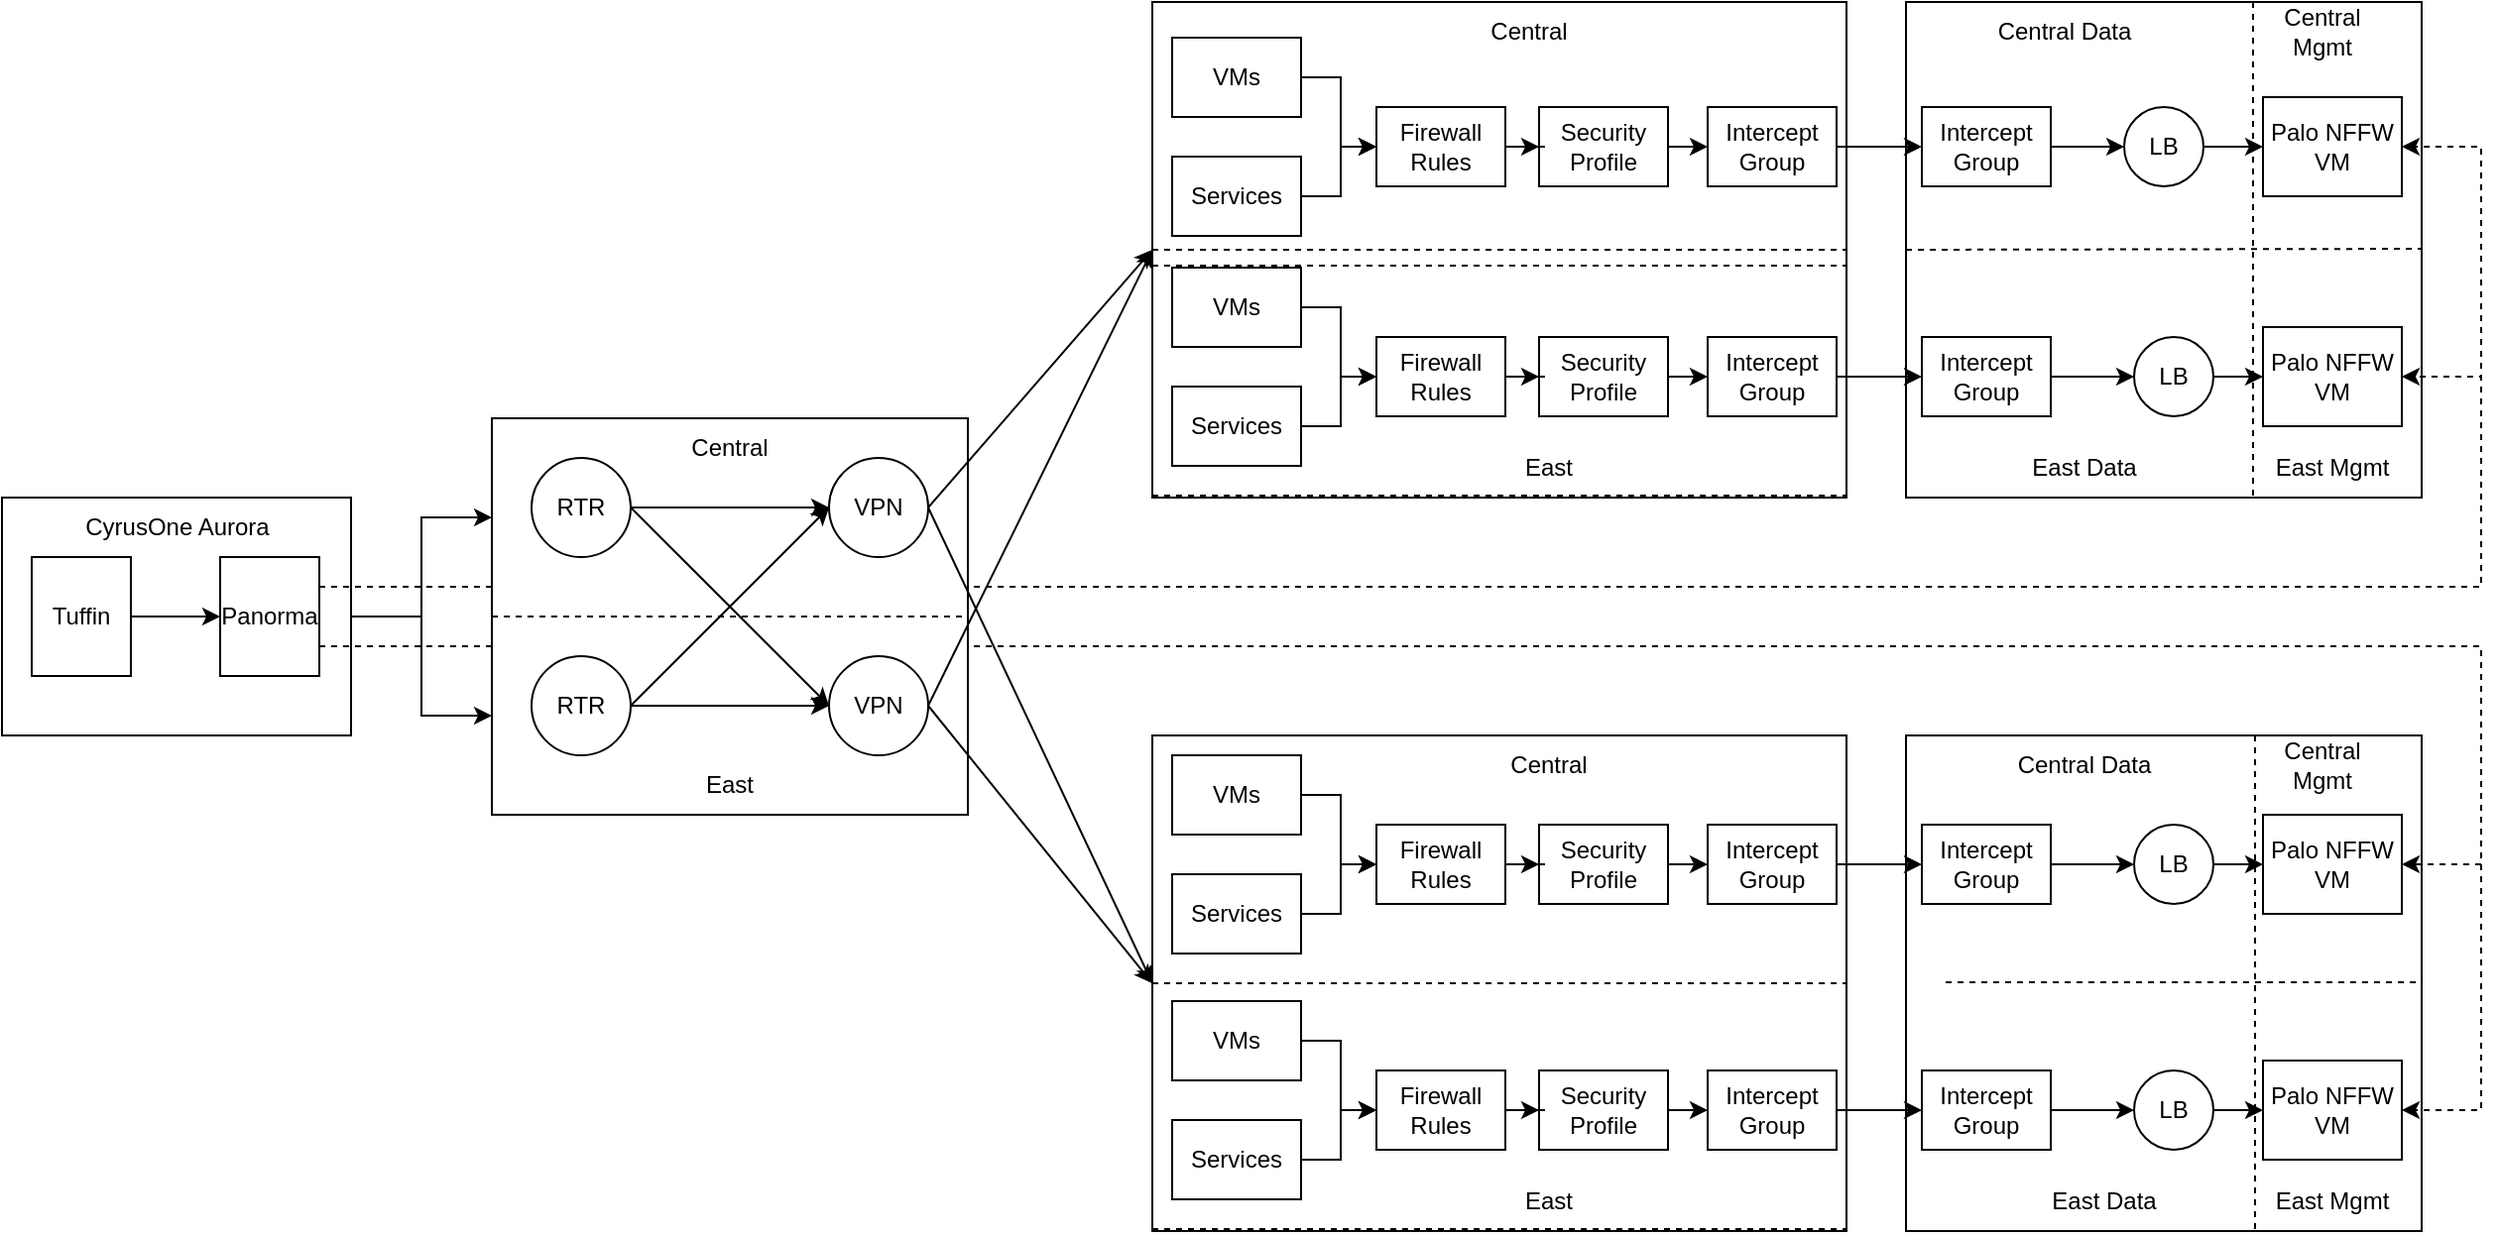
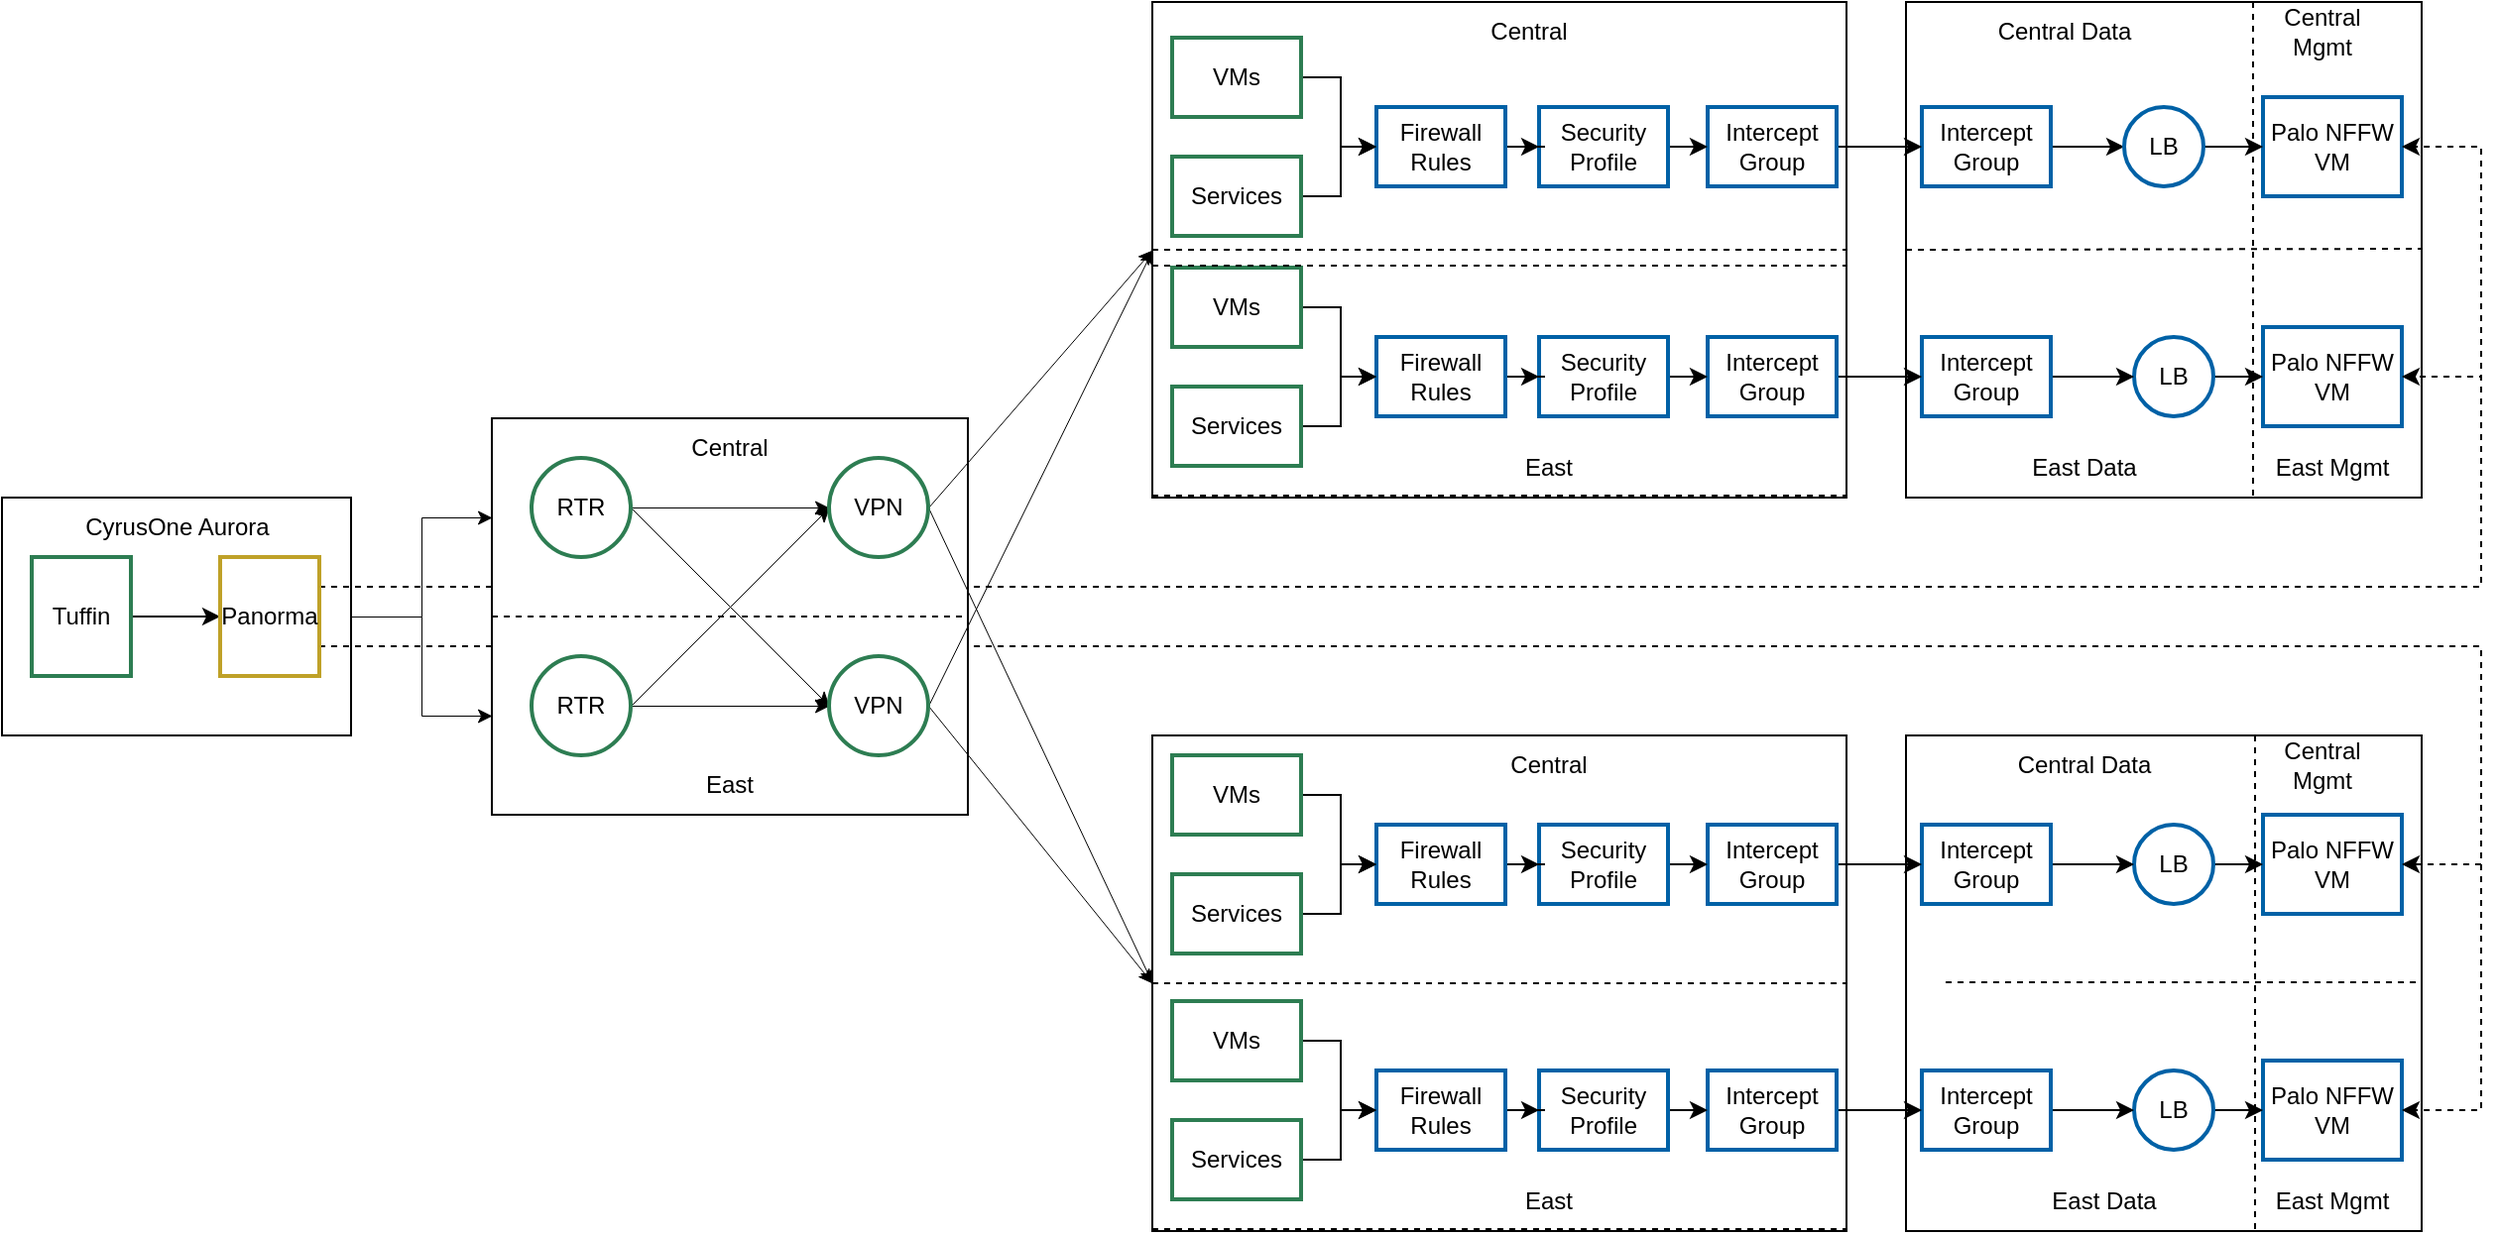
<mxfile host="app.diagrams.net">
  <diagram name="Page-1" id="3ExzMR4DquvwHOPj-cR4">
    <mxGraphModel dx="2264" dy="777" grid="1" gridSize="10" guides="1" tooltips="1" connect="1" arrows="1" fold="1" page="1" pageScale="1" pageWidth="850" pageHeight="1100" math="0" shadow="0">
      <root>
        <mxCell id="0" />
        <mxCell id="1" parent="0" />
        <mxCell id="tRedCPWRB_f1dplKibxM-2" parent="1" style="rounded=0;whiteSpace=wrap;html=1;" value="" vertex="1">
          <mxGeometry height="250" width="350" x="280" y="30" as="geometry" />
        </mxCell>
        <mxCell id="tRedCPWRB_f1dplKibxM-4" parent="1" style="rounded=0;whiteSpace=wrap;html=1;" value="" vertex="1">
          <mxGeometry height="250" width="260" x="660" y="30" as="geometry" />
        </mxCell>
        <mxCell id="tRedCPWRB_f1dplKibxM-5" parent="1" style="rounded=0;whiteSpace=wrap;html=1;" value="" vertex="1">
          <mxGeometry height="250" width="350" x="280" y="400" as="geometry" />
        </mxCell>
        <mxCell id="tRedCPWRB_f1dplKibxM-6" parent="1" style="rounded=0;whiteSpace=wrap;html=1;" value="" vertex="1">
          <mxGeometry height="250" width="260" x="660" y="400" as="geometry" />
        </mxCell>
        <mxCell id="tRedCPWRB_f1dplKibxM-22" edge="1" parent="1" source="tRedCPWRB_f1dplKibxM-2" style="rounded=0;orthogonalLoop=1;jettySize=auto;html=1;exitX=0;exitY=0.5;exitDx=0;exitDy=0;entryX=1;entryY=0.5;entryDx=0;entryDy=0;endArrow=none;endFill=0;dashed=1;" target="tRedCPWRB_f1dplKibxM-2">
          <mxGeometry relative="1" as="geometry">
            <mxPoint x="360" y="154.5" as="sourcePoint" />
            <mxPoint x="600" y="154.5" as="targetPoint" />
          </mxGeometry>
        </mxCell>
        <mxCell id="tRedCPWRB_f1dplKibxM-23" edge="1" parent="1" source="tRedCPWRB_f1dplKibxM-5" style="rounded=0;orthogonalLoop=1;jettySize=auto;html=1;entryX=1;entryY=0.5;entryDx=0;entryDy=0;endArrow=none;endFill=0;dashed=1;exitX=0;exitY=0.5;exitDx=0;exitDy=0;" target="tRedCPWRB_f1dplKibxM-5">
          <mxGeometry relative="1" as="geometry">
            <mxPoint x="360" y="525" as="sourcePoint" />
            <mxPoint x="600" y="524.5" as="targetPoint" />
          </mxGeometry>
        </mxCell>
        <mxCell id="tRedCPWRB_f1dplKibxM-24" edge="1" parent="1" style="rounded=0;orthogonalLoop=1;jettySize=auto;html=1;exitX=0;exitY=0.5;exitDx=0;exitDy=0;entryX=1;entryY=0.5;entryDx=0;entryDy=0;endArrow=none;endFill=0;dashed=1;">
          <mxGeometry relative="1" as="geometry">
            <mxPoint x="680" y="524.5" as="sourcePoint" />
            <mxPoint x="920" y="524.5" as="targetPoint" />
          </mxGeometry>
        </mxCell>
        <mxCell id="tRedCPWRB_f1dplKibxM-25" edge="1" parent="1" source="tRedCPWRB_f1dplKibxM-4" style="rounded=0;orthogonalLoop=1;jettySize=auto;html=1;exitX=0;exitY=0.5;exitDx=0;exitDy=0;entryX=1;entryY=0.5;entryDx=0;entryDy=0;endArrow=none;endFill=0;dashed=1;">
          <mxGeometry relative="1" as="geometry">
            <mxPoint x="680" y="154.5" as="sourcePoint" />
            <mxPoint x="920" y="154.5" as="targetPoint" />
          </mxGeometry>
        </mxCell>
-         <mxCell id="tRedCPWRB_f1dplKibxM-27" parent="1" style="rounded=0;whiteSpace=wrap;html=1;" value="Palo NFFW&lt;div&gt;VM&lt;/div&gt;" vertex="1">
+         <mxCell id="tRedCPWRB_f1dplKibxM-27" parent="1" style="rounded=0;whiteSpace=wrap;html=1;strokeColor=#0061A6;strokeWidth=2;" value="Palo NFFW&lt;div&gt;VM&lt;/div&gt;" vertex="1">
          <mxGeometry height="50" width="70" x="840" y="78" as="geometry" />
        </mxCell>
-         <mxCell id="tRedCPWRB_f1dplKibxM-28" parent="1" style="rounded=0;whiteSpace=wrap;html=1;" value="Palo NFFW&lt;div&gt;VM&lt;/div&gt;" vertex="1">
+         <mxCell id="tRedCPWRB_f1dplKibxM-28" parent="1" style="rounded=0;whiteSpace=wrap;html=1;strokeColor=#0061A6;strokeWidth=2;" value="Palo NFFW&lt;div&gt;VM&lt;/div&gt;" vertex="1">
          <mxGeometry height="50" width="70" x="840" y="440" as="geometry" />
        </mxCell>
-         <mxCell id="tRedCPWRB_f1dplKibxM-29" parent="1" style="rounded=0;whiteSpace=wrap;html=1;" value="Palo NFFW&lt;div&gt;VM&lt;/div&gt;" vertex="1">
+         <mxCell id="tRedCPWRB_f1dplKibxM-29" parent="1" style="rounded=0;whiteSpace=wrap;html=1;strokeColor=#0061A6;strokeWidth=2;" value="Palo NFFW&lt;div&gt;VM&lt;/div&gt;" vertex="1">
          <mxGeometry height="50" width="70" x="840" y="564" as="geometry" />
        </mxCell>
-         <mxCell id="tRedCPWRB_f1dplKibxM-31" parent="1" style="rounded=0;whiteSpace=wrap;html=1;" value="Palo NFFW&lt;div&gt;VM&lt;/div&gt;" vertex="1">
+         <mxCell id="tRedCPWRB_f1dplKibxM-31" parent="1" style="rounded=0;whiteSpace=wrap;html=1;strokeColor=#0061A6;strokeWidth=2;" value="Palo NFFW&lt;div&gt;VM&lt;/div&gt;" vertex="1">
          <mxGeometry height="50" width="70" x="840" y="194" as="geometry" />
        </mxCell>
        <mxCell id="tRedCPWRB_f1dplKibxM-35" edge="1" parent="1" style="rounded=0;orthogonalLoop=1;jettySize=auto;html=1;exitX=0.5;exitY=0;exitDx=0;exitDy=0;entryX=0.5;entryY=1;entryDx=0;entryDy=0;endArrow=none;endFill=0;dashed=1;" value="">
          <mxGeometry relative="1" as="geometry">
            <mxPoint x="836" y="400" as="sourcePoint" />
            <mxPoint x="836" y="650" as="targetPoint" />
          </mxGeometry>
        </mxCell>
        <mxCell id="tRedCPWRB_f1dplKibxM-38" parent="1" style="text;html=1;whiteSpace=wrap;strokeColor=none;fillColor=none;align=center;verticalAlign=middle;rounded=0;" value="Central&amp;nbsp;&lt;span style=&quot;background-color: transparent; color: light-dark(rgb(0, 0, 0), rgb(255, 255, 255));&quot;&gt;Data&lt;/span&gt;" vertex="1">
          <mxGeometry height="30" width="60" x="720" y="400" as="geometry" />
        </mxCell>
        <mxCell id="tRedCPWRB_f1dplKibxM-39" parent="1" style="text;html=1;whiteSpace=wrap;strokeColor=none;fillColor=none;align=center;verticalAlign=middle;rounded=0;" value="Central" vertex="1">
          <mxGeometry height="30" width="70" x="445" y="400" as="geometry" />
        </mxCell>
        <mxCell id="tRedCPWRB_f1dplKibxM-40" parent="1" style="text;html=1;whiteSpace=wrap;strokeColor=none;fillColor=none;align=center;verticalAlign=middle;rounded=0;" value="East" vertex="1">
          <mxGeometry height="30" width="60" x="450" y="620" as="geometry" />
        </mxCell>
        <mxCell id="tRedCPWRB_f1dplKibxM-41" parent="1" style="text;html=1;whiteSpace=wrap;strokeColor=none;fillColor=none;align=center;verticalAlign=middle;rounded=0;" value="Central" vertex="1">
          <mxGeometry height="30" width="60" x="440" y="30" as="geometry" />
        </mxCell>
        <mxCell id="tRedCPWRB_f1dplKibxM-42" parent="1" style="text;html=1;whiteSpace=wrap;strokeColor=none;fillColor=none;align=center;verticalAlign=middle;rounded=0;" value="East" vertex="1">
          <mxGeometry height="30" width="60" x="450" y="250" as="geometry" />
        </mxCell>
        <mxCell id="tRedCPWRB_f1dplKibxM-43" parent="1" style="text;html=1;whiteSpace=wrap;strokeColor=none;fillColor=none;align=center;verticalAlign=middle;rounded=0;" value="Central Mgmt" vertex="1">
          <mxGeometry height="30" width="60" x="840" y="400" as="geometry" />
        </mxCell>
        <mxCell id="tRedCPWRB_f1dplKibxM-44" parent="1" style="text;html=1;whiteSpace=wrap;strokeColor=none;fillColor=none;align=center;verticalAlign=middle;rounded=0;" value="Central&amp;nbsp;&lt;span style=&quot;background-color: transparent; color: light-dark(rgb(0, 0, 0), rgb(255, 255, 255));&quot;&gt;Data&lt;/span&gt;" vertex="1">
          <mxGeometry height="30" width="60" x="710" y="30" as="geometry" />
        </mxCell>
        <mxCell id="tRedCPWRB_f1dplKibxM-45" parent="1" style="text;html=1;whiteSpace=wrap;strokeColor=none;fillColor=none;align=center;verticalAlign=middle;rounded=0;" value="Central Mgmt" vertex="1">
          <mxGeometry height="30" width="60" x="840" y="30" as="geometry" />
        </mxCell>
        <mxCell id="tRedCPWRB_f1dplKibxM-46" edge="1" parent="1" style="rounded=0;orthogonalLoop=1;jettySize=auto;html=1;exitX=0.5;exitY=0;exitDx=0;exitDy=0;entryX=0.5;entryY=1;entryDx=0;entryDy=0;endArrow=none;endFill=0;dashed=1;" value="">
          <mxGeometry relative="1" as="geometry">
            <mxPoint x="835" y="30" as="sourcePoint" />
            <mxPoint x="835" y="280" as="targetPoint" />
          </mxGeometry>
        </mxCell>
        <mxCell id="tRedCPWRB_f1dplKibxM-47" parent="1" style="text;html=1;whiteSpace=wrap;strokeColor=none;fillColor=none;align=center;verticalAlign=middle;rounded=0;" value="East Mgmt" vertex="1">
          <mxGeometry height="30" width="60" x="845" y="620" as="geometry" />
        </mxCell>
        <mxCell id="tRedCPWRB_f1dplKibxM-48" parent="1" style="text;html=1;whiteSpace=wrap;strokeColor=none;fillColor=none;align=center;verticalAlign=middle;rounded=0;" value="East Data" vertex="1">
          <mxGeometry height="30" width="60" x="730" y="620" as="geometry" />
        </mxCell>
        <mxCell id="tRedCPWRB_f1dplKibxM-54" edge="1" parent="1" source="tRedCPWRB_f1dplKibxM-49" style="edgeStyle=orthogonalEdgeStyle;rounded=0;orthogonalLoop=1;jettySize=auto;html=1;exitX=1;exitY=0.5;exitDx=0;exitDy=0;entryX=0;entryY=0.5;entryDx=0;entryDy=0;" target="tRedCPWRB_f1dplKibxM-28">
          <mxGeometry relative="1" as="geometry" />
        </mxCell>
-         <mxCell id="tRedCPWRB_f1dplKibxM-49" parent="1" style="ellipse;whiteSpace=wrap;html=1;aspect=fixed;" value="LB" vertex="1">
+         <mxCell id="tRedCPWRB_f1dplKibxM-49" parent="1" style="ellipse;whiteSpace=wrap;html=1;aspect=fixed;strokeColor=#0061A6;strokeWidth=2;" value="LB" vertex="1">
          <mxGeometry height="40" width="40" x="775" y="445" as="geometry" />
        </mxCell>
        <mxCell id="tRedCPWRB_f1dplKibxM-53" edge="1" parent="1" source="tRedCPWRB_f1dplKibxM-52" style="edgeStyle=orthogonalEdgeStyle;rounded=0;orthogonalLoop=1;jettySize=auto;html=1;exitX=1;exitY=0.5;exitDx=0;exitDy=0;entryX=0;entryY=0.5;entryDx=0;entryDy=0;" target="tRedCPWRB_f1dplKibxM-49">
          <mxGeometry relative="1" as="geometry" />
        </mxCell>
-         <mxCell id="tRedCPWRB_f1dplKibxM-52" parent="1" style="rounded=0;whiteSpace=wrap;html=1;" value="Intercept Group" vertex="1">
+         <mxCell id="tRedCPWRB_f1dplKibxM-52" parent="1" style="rounded=0;whiteSpace=wrap;html=1;strokeColor=#0061A6;strokeWidth=2;" value="Intercept Group" vertex="1">
          <mxGeometry height="40" width="65" x="668" y="445" as="geometry" />
        </mxCell>
        <mxCell id="tRedCPWRB_f1dplKibxM-57" edge="1" parent="1" source="tRedCPWRB_f1dplKibxM-55" style="edgeStyle=orthogonalEdgeStyle;rounded=0;orthogonalLoop=1;jettySize=auto;html=1;exitX=1;exitY=0.5;exitDx=0;exitDy=0;entryX=0;entryY=0.5;entryDx=0;entryDy=0;" target="tRedCPWRB_f1dplKibxM-56">
          <mxGeometry relative="1" as="geometry" />
        </mxCell>
-         <mxCell id="tRedCPWRB_f1dplKibxM-55" parent="1" style="rounded=0;whiteSpace=wrap;html=1;" value="Intercept Group" vertex="1">
+         <mxCell id="tRedCPWRB_f1dplKibxM-55" parent="1" style="rounded=0;whiteSpace=wrap;html=1;strokeColor=#0061A6;strokeWidth=2;" value="Intercept Group" vertex="1">
          <mxGeometry height="40" width="65" x="668" y="83" as="geometry" />
        </mxCell>
        <mxCell id="tRedCPWRB_f1dplKibxM-58" edge="1" parent="1" source="tRedCPWRB_f1dplKibxM-56" style="edgeStyle=orthogonalEdgeStyle;rounded=0;orthogonalLoop=1;jettySize=auto;html=1;exitX=1;exitY=0.5;exitDx=0;exitDy=0;entryX=0;entryY=0.5;entryDx=0;entryDy=0;" target="tRedCPWRB_f1dplKibxM-27">
          <mxGeometry relative="1" as="geometry" />
        </mxCell>
-         <mxCell id="tRedCPWRB_f1dplKibxM-56" parent="1" style="ellipse;whiteSpace=wrap;html=1;aspect=fixed;" value="LB" vertex="1">
+         <mxCell id="tRedCPWRB_f1dplKibxM-56" parent="1" style="ellipse;whiteSpace=wrap;html=1;aspect=fixed;strokeColor=#0061A6;strokeWidth=2;" value="LB" vertex="1">
          <mxGeometry height="40" width="40" x="770" y="83" as="geometry" />
        </mxCell>
        <mxCell id="tRedCPWRB_f1dplKibxM-59" edge="1" parent="1" source="tRedCPWRB_f1dplKibxM-60" style="edgeStyle=orthogonalEdgeStyle;rounded=0;orthogonalLoop=1;jettySize=auto;html=1;exitX=1;exitY=0.5;exitDx=0;exitDy=0;entryX=0;entryY=0.5;entryDx=0;entryDy=0;">
          <mxGeometry relative="1" as="geometry">
            <mxPoint x="840" y="219" as="targetPoint" />
          </mxGeometry>
        </mxCell>
-         <mxCell id="tRedCPWRB_f1dplKibxM-60" parent="1" style="ellipse;whiteSpace=wrap;html=1;aspect=fixed;" value="LB" vertex="1">
+         <mxCell id="tRedCPWRB_f1dplKibxM-60" parent="1" style="ellipse;whiteSpace=wrap;html=1;aspect=fixed;strokeColor=#0061A6;strokeWidth=2;" value="LB" vertex="1">
          <mxGeometry height="40" width="40" x="775" y="199" as="geometry" />
        </mxCell>
        <mxCell id="tRedCPWRB_f1dplKibxM-61" edge="1" parent="1" source="tRedCPWRB_f1dplKibxM-62" style="edgeStyle=orthogonalEdgeStyle;rounded=0;orthogonalLoop=1;jettySize=auto;html=1;exitX=1;exitY=0.5;exitDx=0;exitDy=0;entryX=0;entryY=0.5;entryDx=0;entryDy=0;" target="tRedCPWRB_f1dplKibxM-60">
          <mxGeometry relative="1" as="geometry" />
        </mxCell>
-         <mxCell id="tRedCPWRB_f1dplKibxM-62" parent="1" style="rounded=0;whiteSpace=wrap;html=1;" value="Intercept Group" vertex="1">
+         <mxCell id="tRedCPWRB_f1dplKibxM-62" parent="1" style="rounded=0;whiteSpace=wrap;html=1;strokeColor=#0061A6;strokeWidth=2;" value="Intercept Group" vertex="1">
          <mxGeometry height="40" width="65" x="668" y="199" as="geometry" />
        </mxCell>
        <mxCell id="tRedCPWRB_f1dplKibxM-63" edge="1" parent="1" source="tRedCPWRB_f1dplKibxM-64" style="edgeStyle=orthogonalEdgeStyle;rounded=0;orthogonalLoop=1;jettySize=auto;html=1;exitX=1;exitY=0.5;exitDx=0;exitDy=0;entryX=0;entryY=0.5;entryDx=0;entryDy=0;">
          <mxGeometry relative="1" as="geometry">
            <mxPoint x="840" y="589" as="targetPoint" />
          </mxGeometry>
        </mxCell>
-         <mxCell id="tRedCPWRB_f1dplKibxM-64" parent="1" style="ellipse;whiteSpace=wrap;html=1;aspect=fixed;" value="LB" vertex="1">
+         <mxCell id="tRedCPWRB_f1dplKibxM-64" parent="1" style="ellipse;whiteSpace=wrap;html=1;aspect=fixed;strokeColor=#0061A6;strokeWidth=2;" value="LB" vertex="1">
          <mxGeometry height="40" width="40" x="775" y="569" as="geometry" />
        </mxCell>
        <mxCell id="tRedCPWRB_f1dplKibxM-65" edge="1" parent="1" source="tRedCPWRB_f1dplKibxM-66" style="edgeStyle=orthogonalEdgeStyle;rounded=0;orthogonalLoop=1;jettySize=auto;html=1;exitX=1;exitY=0.5;exitDx=0;exitDy=0;entryX=0;entryY=0.5;entryDx=0;entryDy=0;" target="tRedCPWRB_f1dplKibxM-64">
          <mxGeometry relative="1" as="geometry" />
        </mxCell>
-         <mxCell id="tRedCPWRB_f1dplKibxM-66" parent="1" style="rounded=0;whiteSpace=wrap;html=1;" value="Intercept Group" vertex="1">
+         <mxCell id="tRedCPWRB_f1dplKibxM-66" parent="1" style="rounded=0;whiteSpace=wrap;html=1;strokeColor=#0061A6;strokeWidth=2;" value="Intercept Group" vertex="1">
          <mxGeometry height="40" width="65" x="668" y="569" as="geometry" />
        </mxCell>
        <mxCell id="tRedCPWRB_f1dplKibxM-108" edge="1" parent="1" source="tRedCPWRB_f1dplKibxM-67" style="edgeStyle=orthogonalEdgeStyle;rounded=0;orthogonalLoop=1;jettySize=auto;html=1;exitX=1;exitY=0.5;exitDx=0;exitDy=0;" target="tRedCPWRB_f1dplKibxM-52">
          <mxGeometry relative="1" as="geometry" />
        </mxCell>
-         <mxCell id="tRedCPWRB_f1dplKibxM-67" parent="1" style="rounded=0;whiteSpace=wrap;html=1;" value="Intercept Group" vertex="1">
+         <mxCell id="tRedCPWRB_f1dplKibxM-67" parent="1" style="rounded=0;whiteSpace=wrap;html=1;strokeColor=#0061A6;strokeWidth=2;" value="Intercept Group" vertex="1">
          <mxGeometry height="40" width="65" x="560" y="445" as="geometry" />
        </mxCell>
        <mxCell id="tRedCPWRB_f1dplKibxM-69" edge="1" parent="1" source="tRedCPWRB_f1dplKibxM-68" style="edgeStyle=orthogonalEdgeStyle;rounded=0;orthogonalLoop=1;jettySize=auto;html=1;exitX=1;exitY=0.5;exitDx=0;exitDy=0;entryX=0;entryY=0.5;entryDx=0;entryDy=0;" target="tRedCPWRB_f1dplKibxM-67">
          <mxGeometry relative="1" as="geometry" />
        </mxCell>
-         <mxCell id="tRedCPWRB_f1dplKibxM-68" parent="1" style="rounded=0;whiteSpace=wrap;html=1;" value="Security Profile" vertex="1">
+         <mxCell id="tRedCPWRB_f1dplKibxM-68" parent="1" style="rounded=0;whiteSpace=wrap;html=1;strokeColor=#0061A6;strokeWidth=2;" value="Security Profile" vertex="1">
          <mxGeometry height="40" width="65" x="475" y="445" as="geometry" />
        </mxCell>
        <mxCell id="tRedCPWRB_f1dplKibxM-71" edge="1" parent="1" source="tRedCPWRB_f1dplKibxM-70" style="edgeStyle=orthogonalEdgeStyle;rounded=0;orthogonalLoop=1;jettySize=auto;html=1;exitX=1;exitY=0.5;exitDx=0;exitDy=0;" target="tRedCPWRB_f1dplKibxM-68">
          <mxGeometry relative="1" as="geometry" />
        </mxCell>
-         <mxCell id="tRedCPWRB_f1dplKibxM-70" parent="1" style="rounded=0;whiteSpace=wrap;html=1;" value="Firewall Rules" vertex="1">
+         <mxCell id="tRedCPWRB_f1dplKibxM-70" parent="1" style="rounded=0;whiteSpace=wrap;html=1;strokeColor=#0061A6;strokeWidth=2;" value="Firewall Rules" vertex="1">
          <mxGeometry height="40" width="65" x="393" y="445" as="geometry" />
        </mxCell>
        <mxCell id="tRedCPWRB_f1dplKibxM-74" edge="1" parent="1" source="tRedCPWRB_f1dplKibxM-72" style="edgeStyle=orthogonalEdgeStyle;rounded=0;orthogonalLoop=1;jettySize=auto;html=1;exitX=1;exitY=0.5;exitDx=0;exitDy=0;entryX=0;entryY=0.5;entryDx=0;entryDy=0;" target="tRedCPWRB_f1dplKibxM-70">
          <mxGeometry relative="1" as="geometry" />
        </mxCell>
-         <mxCell id="tRedCPWRB_f1dplKibxM-72" parent="1" style="rounded=0;whiteSpace=wrap;html=1;" value="VMs" vertex="1">
+         <mxCell id="tRedCPWRB_f1dplKibxM-72" parent="1" style="rounded=0;whiteSpace=wrap;html=1;strokeColor=#2D7D52;strokeWidth=2;" value="VMs" vertex="1">
          <mxGeometry height="40" width="65" x="290" y="410" as="geometry" />
        </mxCell>
        <mxCell id="tRedCPWRB_f1dplKibxM-75" edge="1" parent="1" source="tRedCPWRB_f1dplKibxM-73" style="edgeStyle=orthogonalEdgeStyle;rounded=0;orthogonalLoop=1;jettySize=auto;html=1;exitX=1;exitY=0.5;exitDx=0;exitDy=0;entryX=0;entryY=0.5;entryDx=0;entryDy=0;" target="tRedCPWRB_f1dplKibxM-70">
          <mxGeometry relative="1" as="geometry" />
        </mxCell>
-         <mxCell id="tRedCPWRB_f1dplKibxM-73" parent="1" style="rounded=0;whiteSpace=wrap;html=1;" value="Services" vertex="1">
+         <mxCell id="tRedCPWRB_f1dplKibxM-73" parent="1" style="rounded=0;whiteSpace=wrap;html=1;strokeColor=#2D7D52;strokeWidth=2;" value="Services" vertex="1">
          <mxGeometry height="40" width="65" x="290" y="470" as="geometry" />
        </mxCell>
        <mxCell id="tRedCPWRB_f1dplKibxM-76" edge="1" parent="1" style="rounded=0;orthogonalLoop=1;jettySize=auto;html=1;entryX=1;entryY=0.5;entryDx=0;entryDy=0;endArrow=none;endFill=0;dashed=1;exitX=0;exitY=0.5;exitDx=0;exitDy=0;">
          <mxGeometry relative="1" as="geometry">
            <mxPoint x="280" y="649" as="sourcePoint" />
            <mxPoint x="630" y="649" as="targetPoint" />
          </mxGeometry>
        </mxCell>
        <mxCell id="tRedCPWRB_f1dplKibxM-109" edge="1" parent="1" source="tRedCPWRB_f1dplKibxM-77" style="edgeStyle=orthogonalEdgeStyle;rounded=0;orthogonalLoop=1;jettySize=auto;html=1;exitX=1;exitY=0.5;exitDx=0;exitDy=0;" target="tRedCPWRB_f1dplKibxM-66">
          <mxGeometry relative="1" as="geometry" />
        </mxCell>
-         <mxCell id="tRedCPWRB_f1dplKibxM-77" parent="1" style="rounded=0;whiteSpace=wrap;html=1;" value="Intercept Group" vertex="1">
+         <mxCell id="tRedCPWRB_f1dplKibxM-77" parent="1" style="rounded=0;whiteSpace=wrap;html=1;strokeColor=#0061A6;strokeWidth=2;" value="Intercept Group" vertex="1">
          <mxGeometry height="40" width="65" x="560" y="569" as="geometry" />
        </mxCell>
        <mxCell id="tRedCPWRB_f1dplKibxM-78" edge="1" parent="1" source="tRedCPWRB_f1dplKibxM-79" style="edgeStyle=orthogonalEdgeStyle;rounded=0;orthogonalLoop=1;jettySize=auto;html=1;exitX=1;exitY=0.5;exitDx=0;exitDy=0;entryX=0;entryY=0.5;entryDx=0;entryDy=0;" target="tRedCPWRB_f1dplKibxM-77">
          <mxGeometry relative="1" as="geometry" />
        </mxCell>
-         <mxCell id="tRedCPWRB_f1dplKibxM-79" parent="1" style="rounded=0;whiteSpace=wrap;html=1;" value="Security Profile" vertex="1">
+         <mxCell id="tRedCPWRB_f1dplKibxM-79" parent="1" style="rounded=0;whiteSpace=wrap;html=1;strokeColor=#0061A6;strokeWidth=2;" value="Security Profile" vertex="1">
          <mxGeometry height="40" width="65" x="475" y="569" as="geometry" />
        </mxCell>
        <mxCell id="tRedCPWRB_f1dplKibxM-80" edge="1" parent="1" source="tRedCPWRB_f1dplKibxM-81" style="edgeStyle=orthogonalEdgeStyle;rounded=0;orthogonalLoop=1;jettySize=auto;html=1;exitX=1;exitY=0.5;exitDx=0;exitDy=0;" target="tRedCPWRB_f1dplKibxM-79">
          <mxGeometry relative="1" as="geometry" />
        </mxCell>
-         <mxCell id="tRedCPWRB_f1dplKibxM-81" parent="1" style="rounded=0;whiteSpace=wrap;html=1;" value="Firewall Rules" vertex="1">
+         <mxCell id="tRedCPWRB_f1dplKibxM-81" parent="1" style="rounded=0;whiteSpace=wrap;html=1;strokeColor=#0061A6;strokeWidth=2;" value="Firewall Rules" vertex="1">
          <mxGeometry height="40" width="65" x="393" y="569" as="geometry" />
        </mxCell>
        <mxCell id="tRedCPWRB_f1dplKibxM-82" edge="1" parent="1" source="tRedCPWRB_f1dplKibxM-83" style="edgeStyle=orthogonalEdgeStyle;rounded=0;orthogonalLoop=1;jettySize=auto;html=1;exitX=1;exitY=0.5;exitDx=0;exitDy=0;entryX=0;entryY=0.5;entryDx=0;entryDy=0;" target="tRedCPWRB_f1dplKibxM-81">
          <mxGeometry relative="1" as="geometry" />
        </mxCell>
-         <mxCell id="tRedCPWRB_f1dplKibxM-83" parent="1" style="rounded=0;whiteSpace=wrap;html=1;" value="VMs" vertex="1">
+         <mxCell id="tRedCPWRB_f1dplKibxM-83" parent="1" style="rounded=0;whiteSpace=wrap;html=1;strokeColor=#2D7D52;strokeWidth=2;" value="VMs" vertex="1">
          <mxGeometry height="40" width="65" x="290" y="534" as="geometry" />
        </mxCell>
        <mxCell id="tRedCPWRB_f1dplKibxM-84" edge="1" parent="1" source="tRedCPWRB_f1dplKibxM-85" style="edgeStyle=orthogonalEdgeStyle;rounded=0;orthogonalLoop=1;jettySize=auto;html=1;exitX=1;exitY=0.5;exitDx=0;exitDy=0;entryX=0;entryY=0.5;entryDx=0;entryDy=0;" target="tRedCPWRB_f1dplKibxM-81">
          <mxGeometry relative="1" as="geometry" />
        </mxCell>
-         <mxCell id="tRedCPWRB_f1dplKibxM-85" parent="1" style="rounded=0;whiteSpace=wrap;html=1;" value="Services" vertex="1">
+         <mxCell id="tRedCPWRB_f1dplKibxM-85" parent="1" style="rounded=0;whiteSpace=wrap;html=1;strokeColor=#2D7D52;strokeWidth=2;" value="Services" vertex="1">
          <mxGeometry height="40" width="65" x="290" y="594" as="geometry" />
        </mxCell>
        <mxCell id="tRedCPWRB_f1dplKibxM-86" edge="1" parent="1" style="rounded=0;orthogonalLoop=1;jettySize=auto;html=1;entryX=1;entryY=0.5;entryDx=0;entryDy=0;endArrow=none;endFill=0;dashed=1;exitX=0;exitY=0.5;exitDx=0;exitDy=0;">
          <mxGeometry relative="1" as="geometry">
            <mxPoint x="280" y="279" as="sourcePoint" />
            <mxPoint x="630" y="279" as="targetPoint" />
          </mxGeometry>
        </mxCell>
        <mxCell id="tRedCPWRB_f1dplKibxM-111" edge="1" parent="1" source="tRedCPWRB_f1dplKibxM-87" style="edgeStyle=orthogonalEdgeStyle;rounded=0;orthogonalLoop=1;jettySize=auto;html=1;exitX=1;exitY=0.5;exitDx=0;exitDy=0;entryX=0;entryY=0.5;entryDx=0;entryDy=0;" target="tRedCPWRB_f1dplKibxM-62">
          <mxGeometry relative="1" as="geometry" />
        </mxCell>
-         <mxCell id="tRedCPWRB_f1dplKibxM-87" parent="1" style="rounded=0;whiteSpace=wrap;html=1;" value="Intercept Group" vertex="1">
+         <mxCell id="tRedCPWRB_f1dplKibxM-87" parent="1" style="rounded=0;whiteSpace=wrap;html=1;strokeColor=#0061A6;strokeWidth=2;" value="Intercept Group" vertex="1">
          <mxGeometry height="40" width="65" x="560" y="199" as="geometry" />
        </mxCell>
        <mxCell id="tRedCPWRB_f1dplKibxM-88" edge="1" parent="1" source="tRedCPWRB_f1dplKibxM-89" style="edgeStyle=orthogonalEdgeStyle;rounded=0;orthogonalLoop=1;jettySize=auto;html=1;exitX=1;exitY=0.5;exitDx=0;exitDy=0;entryX=0;entryY=0.5;entryDx=0;entryDy=0;" target="tRedCPWRB_f1dplKibxM-87">
          <mxGeometry relative="1" as="geometry" />
        </mxCell>
-         <mxCell id="tRedCPWRB_f1dplKibxM-89" parent="1" style="rounded=0;whiteSpace=wrap;html=1;" value="Security Profile" vertex="1">
+         <mxCell id="tRedCPWRB_f1dplKibxM-89" parent="1" style="rounded=0;whiteSpace=wrap;html=1;strokeColor=#0061A6;strokeWidth=2;" value="Security Profile" vertex="1">
          <mxGeometry height="40" width="65" x="475" y="199" as="geometry" />
        </mxCell>
        <mxCell id="tRedCPWRB_f1dplKibxM-90" edge="1" parent="1" source="tRedCPWRB_f1dplKibxM-91" style="edgeStyle=orthogonalEdgeStyle;rounded=0;orthogonalLoop=1;jettySize=auto;html=1;exitX=1;exitY=0.5;exitDx=0;exitDy=0;" target="tRedCPWRB_f1dplKibxM-89">
          <mxGeometry relative="1" as="geometry" />
        </mxCell>
-         <mxCell id="tRedCPWRB_f1dplKibxM-91" parent="1" style="rounded=0;whiteSpace=wrap;html=1;" value="Firewall Rules" vertex="1">
+         <mxCell id="tRedCPWRB_f1dplKibxM-91" parent="1" style="rounded=0;whiteSpace=wrap;html=1;strokeColor=#0061A6;strokeWidth=2;" value="Firewall Rules" vertex="1">
          <mxGeometry height="40" width="65" x="393" y="199" as="geometry" />
        </mxCell>
        <mxCell id="tRedCPWRB_f1dplKibxM-92" edge="1" parent="1" source="tRedCPWRB_f1dplKibxM-93" style="edgeStyle=orthogonalEdgeStyle;rounded=0;orthogonalLoop=1;jettySize=auto;html=1;exitX=1;exitY=0.5;exitDx=0;exitDy=0;entryX=0;entryY=0.5;entryDx=0;entryDy=0;" target="tRedCPWRB_f1dplKibxM-91">
          <mxGeometry relative="1" as="geometry" />
        </mxCell>
-         <mxCell id="tRedCPWRB_f1dplKibxM-93" parent="1" style="rounded=0;whiteSpace=wrap;html=1;" value="VMs" vertex="1">
+         <mxCell id="tRedCPWRB_f1dplKibxM-93" parent="1" style="rounded=0;whiteSpace=wrap;html=1;strokeColor=#2D7D52;strokeWidth=2;" value="VMs" vertex="1">
          <mxGeometry height="40" width="65" x="290" y="164" as="geometry" />
        </mxCell>
        <mxCell id="tRedCPWRB_f1dplKibxM-94" edge="1" parent="1" source="tRedCPWRB_f1dplKibxM-95" style="edgeStyle=orthogonalEdgeStyle;rounded=0;orthogonalLoop=1;jettySize=auto;html=1;exitX=1;exitY=0.5;exitDx=0;exitDy=0;entryX=0;entryY=0.5;entryDx=0;entryDy=0;" target="tRedCPWRB_f1dplKibxM-91">
          <mxGeometry relative="1" as="geometry" />
        </mxCell>
-         <mxCell id="tRedCPWRB_f1dplKibxM-95" parent="1" style="rounded=0;whiteSpace=wrap;html=1;" value="Services" vertex="1">
+         <mxCell id="tRedCPWRB_f1dplKibxM-95" parent="1" style="rounded=0;whiteSpace=wrap;html=1;strokeColor=#2D7D52;strokeWidth=2;" value="Services" vertex="1">
          <mxGeometry height="40" width="65" x="290" y="224" as="geometry" />
        </mxCell>
        <mxCell id="tRedCPWRB_f1dplKibxM-96" edge="1" parent="1" style="rounded=0;orthogonalLoop=1;jettySize=auto;html=1;entryX=1;entryY=0.5;entryDx=0;entryDy=0;endArrow=none;endFill=0;dashed=1;exitX=0;exitY=0.5;exitDx=0;exitDy=0;">
          <mxGeometry relative="1" as="geometry">
            <mxPoint x="280" y="163" as="sourcePoint" />
            <mxPoint x="630" y="163" as="targetPoint" />
          </mxGeometry>
        </mxCell>
        <mxCell id="tRedCPWRB_f1dplKibxM-106" edge="1" parent="1" source="tRedCPWRB_f1dplKibxM-97" style="edgeStyle=orthogonalEdgeStyle;rounded=0;orthogonalLoop=1;jettySize=auto;html=1;exitX=1;exitY=0.5;exitDx=0;exitDy=0;" target="tRedCPWRB_f1dplKibxM-55">
          <mxGeometry relative="1" as="geometry" />
        </mxCell>
-         <mxCell id="tRedCPWRB_f1dplKibxM-97" parent="1" style="rounded=0;whiteSpace=wrap;html=1;" value="Intercept Group" vertex="1">
+         <mxCell id="tRedCPWRB_f1dplKibxM-97" parent="1" style="rounded=0;whiteSpace=wrap;html=1;strokeColor=#0061A6;strokeWidth=2;" value="Intercept Group" vertex="1">
          <mxGeometry height="40" width="65" x="560" y="83" as="geometry" />
        </mxCell>
        <mxCell id="tRedCPWRB_f1dplKibxM-98" edge="1" parent="1" source="tRedCPWRB_f1dplKibxM-99" style="edgeStyle=orthogonalEdgeStyle;rounded=0;orthogonalLoop=1;jettySize=auto;html=1;exitX=1;exitY=0.5;exitDx=0;exitDy=0;entryX=0;entryY=0.5;entryDx=0;entryDy=0;" target="tRedCPWRB_f1dplKibxM-97">
          <mxGeometry relative="1" as="geometry" />
        </mxCell>
-         <mxCell id="tRedCPWRB_f1dplKibxM-99" parent="1" style="rounded=0;whiteSpace=wrap;html=1;" value="Security Profile" vertex="1">
+         <mxCell id="tRedCPWRB_f1dplKibxM-99" parent="1" style="rounded=0;whiteSpace=wrap;html=1;strokeColor=#0061A6;strokeWidth=2;" value="Security Profile" vertex="1">
          <mxGeometry height="40" width="65" x="475" y="83" as="geometry" />
        </mxCell>
        <mxCell id="tRedCPWRB_f1dplKibxM-100" edge="1" parent="1" source="tRedCPWRB_f1dplKibxM-101" style="edgeStyle=orthogonalEdgeStyle;rounded=0;orthogonalLoop=1;jettySize=auto;html=1;exitX=1;exitY=0.5;exitDx=0;exitDy=0;" target="tRedCPWRB_f1dplKibxM-99">
          <mxGeometry relative="1" as="geometry" />
        </mxCell>
-         <mxCell id="tRedCPWRB_f1dplKibxM-101" parent="1" style="rounded=0;whiteSpace=wrap;html=1;" value="Firewall Rules" vertex="1">
+         <mxCell id="tRedCPWRB_f1dplKibxM-101" parent="1" style="rounded=0;whiteSpace=wrap;html=1;strokeColor=#0061A6;strokeWidth=2;" value="Firewall Rules" vertex="1">
          <mxGeometry height="40" width="65" x="393" y="83" as="geometry" />
        </mxCell>
        <mxCell id="tRedCPWRB_f1dplKibxM-102" edge="1" parent="1" source="tRedCPWRB_f1dplKibxM-103" style="edgeStyle=orthogonalEdgeStyle;rounded=0;orthogonalLoop=1;jettySize=auto;html=1;exitX=1;exitY=0.5;exitDx=0;exitDy=0;entryX=0;entryY=0.5;entryDx=0;entryDy=0;" target="tRedCPWRB_f1dplKibxM-101">
          <mxGeometry relative="1" as="geometry" />
        </mxCell>
-         <mxCell id="tRedCPWRB_f1dplKibxM-103" parent="1" style="rounded=0;whiteSpace=wrap;html=1;" value="VMs" vertex="1">
+         <mxCell id="tRedCPWRB_f1dplKibxM-103" parent="1" style="rounded=0;whiteSpace=wrap;html=1;strokeColor=#2D7D52;strokeWidth=2;" value="VMs" vertex="1">
          <mxGeometry height="40" width="65" x="290" y="48" as="geometry" />
        </mxCell>
        <mxCell id="tRedCPWRB_f1dplKibxM-104" edge="1" parent="1" source="tRedCPWRB_f1dplKibxM-105" style="edgeStyle=orthogonalEdgeStyle;rounded=0;orthogonalLoop=1;jettySize=auto;html=1;exitX=1;exitY=0.5;exitDx=0;exitDy=0;entryX=0;entryY=0.5;entryDx=0;entryDy=0;" target="tRedCPWRB_f1dplKibxM-101">
          <mxGeometry relative="1" as="geometry" />
        </mxCell>
-         <mxCell id="tRedCPWRB_f1dplKibxM-105" parent="1" style="rounded=0;whiteSpace=wrap;html=1;" value="Services" vertex="1">
+         <mxCell id="tRedCPWRB_f1dplKibxM-105" parent="1" style="rounded=0;whiteSpace=wrap;html=1;strokeColor=#2D7D52;strokeWidth=2;" value="Services" vertex="1">
          <mxGeometry height="40" width="65" x="290" y="108" as="geometry" />
        </mxCell>
        <mxCell id="tRedCPWRB_f1dplKibxM-112" parent="1" style="text;html=1;whiteSpace=wrap;strokeColor=none;fillColor=none;align=center;verticalAlign=middle;rounded=0;" value="East Data" vertex="1">
          <mxGeometry height="30" width="60" x="720" y="250" as="geometry" />
        </mxCell>
        <mxCell id="tRedCPWRB_f1dplKibxM-113" parent="1" style="text;html=1;whiteSpace=wrap;strokeColor=none;fillColor=none;align=center;verticalAlign=middle;rounded=0;" value="East Mgmt" vertex="1">
          <mxGeometry height="30" width="60" x="845" y="250" as="geometry" />
        </mxCell>
        <mxCell id="tRedCPWRB_f1dplKibxM-114" parent="1" style="rounded=0;whiteSpace=wrap;html=1;" value="" vertex="1">
          <mxGeometry height="120" width="176" x="-300" y="280" as="geometry" />
        </mxCell>
        <mxCell id="tRedCPWRB_f1dplKibxM-121" edge="1" parent="1" source="tRedCPWRB_f1dplKibxM-119" style="edgeStyle=orthogonalEdgeStyle;rounded=0;orthogonalLoop=1;jettySize=auto;html=1;exitX=1;exitY=0.5;exitDx=0;exitDy=0;entryX=0;entryY=0.5;entryDx=0;entryDy=0;" target="tRedCPWRB_f1dplKibxM-120">
          <mxGeometry relative="1" as="geometry" />
        </mxCell>
-         <mxCell id="tRedCPWRB_f1dplKibxM-119" parent="1" style="rounded=0;whiteSpace=wrap;html=1;" value="Tuffin" vertex="1">
+         <mxCell id="tRedCPWRB_f1dplKibxM-119" parent="1" style="rounded=0;whiteSpace=wrap;html=1;strokeColor=#2D7D52;strokeWidth=2;" value="Tuffin" vertex="1">
          <mxGeometry height="60" width="50" x="-285" y="310" as="geometry" />
        </mxCell>
        <mxCell id="tRedCPWRB_f1dplKibxM-122" edge="1" parent="1" source="tRedCPWRB_f1dplKibxM-120" style="edgeStyle=orthogonalEdgeStyle;rounded=0;orthogonalLoop=1;jettySize=auto;html=1;exitX=1;exitY=0.25;exitDx=0;exitDy=0;entryX=1;entryY=0.5;entryDx=0;entryDy=0;dashed=1;" target="tRedCPWRB_f1dplKibxM-31">
          <mxGeometry relative="1" as="geometry">
            <Array as="points">
              <mxPoint x="950" y="325" />
              <mxPoint x="950" y="219" />
            </Array>
          </mxGeometry>
        </mxCell>
        <mxCell id="tRedCPWRB_f1dplKibxM-123" edge="1" parent="1" source="tRedCPWRB_f1dplKibxM-120" style="edgeStyle=orthogonalEdgeStyle;rounded=0;orthogonalLoop=1;jettySize=auto;html=1;exitX=1;exitY=0.25;exitDx=0;exitDy=0;entryX=1;entryY=0.5;entryDx=0;entryDy=0;dashed=1;" target="tRedCPWRB_f1dplKibxM-27">
          <mxGeometry relative="1" as="geometry">
            <Array as="points">
              <mxPoint x="950" y="325" />
              <mxPoint x="950" y="103" />
            </Array>
          </mxGeometry>
        </mxCell>
        <mxCell id="tRedCPWRB_f1dplKibxM-124" edge="1" parent="1" source="tRedCPWRB_f1dplKibxM-120" style="edgeStyle=orthogonalEdgeStyle;rounded=0;orthogonalLoop=1;jettySize=auto;html=1;exitX=1;exitY=0.75;exitDx=0;exitDy=0;entryX=1;entryY=0.5;entryDx=0;entryDy=0;dashed=1;" target="tRedCPWRB_f1dplKibxM-28">
          <mxGeometry relative="1" as="geometry">
            <Array as="points">
              <mxPoint x="950" y="355" />
              <mxPoint x="950" y="465" />
            </Array>
          </mxGeometry>
        </mxCell>
        <mxCell id="tRedCPWRB_f1dplKibxM-125" edge="1" parent="1" source="tRedCPWRB_f1dplKibxM-120" style="edgeStyle=orthogonalEdgeStyle;rounded=0;orthogonalLoop=1;jettySize=auto;html=1;exitX=1;exitY=0.75;exitDx=0;exitDy=0;entryX=1;entryY=0.5;entryDx=0;entryDy=0;dashed=1;" target="tRedCPWRB_f1dplKibxM-29">
          <mxGeometry relative="1" as="geometry">
            <Array as="points">
              <mxPoint x="950" y="355" />
              <mxPoint x="950" y="589" />
            </Array>
          </mxGeometry>
        </mxCell>
-         <mxCell id="tRedCPWRB_f1dplKibxM-120" parent="1" style="rounded=0;whiteSpace=wrap;html=1;" value="Panorma" vertex="1">
+         <mxCell id="tRedCPWRB_f1dplKibxM-120" parent="1" style="rounded=0;whiteSpace=wrap;html=1;strokeColor=#BFA128;strokeWidth=2;" value="Panorma" vertex="1">
          <mxGeometry height="60" width="50" x="-190" y="310" as="geometry" />
        </mxCell>
        <mxCell id="tRedCPWRB_f1dplKibxM-1" parent="1" style="rounded=0;whiteSpace=wrap;html=1;" value="" vertex="1">
          <mxGeometry height="200" width="240" x="-53" y="240" as="geometry" />
        </mxCell>
-         <mxCell id="tRedCPWRB_f1dplKibxM-11" edge="1" parent="1" source="tRedCPWRB_f1dplKibxM-7" style="rounded=0;orthogonalLoop=1;jettySize=auto;html=1;exitX=1;exitY=0.5;exitDx=0;exitDy=0;entryX=0;entryY=0.5;entryDx=0;entryDy=0;" target="tRedCPWRB_f1dplKibxM-10">
-           <mxGeometry relative="1" as="geometry" />
-         </mxCell>
-         <mxCell id="tRedCPWRB_f1dplKibxM-13" edge="1" parent="1" source="tRedCPWRB_f1dplKibxM-7" style="rounded=0;orthogonalLoop=1;jettySize=auto;html=1;exitX=1;exitY=0.5;exitDx=0;exitDy=0;" target="tRedCPWRB_f1dplKibxM-9">
-           <mxGeometry relative="1" as="geometry" />
-         </mxCell>
-         <mxCell id="tRedCPWRB_f1dplKibxM-7" parent="1" style="ellipse;whiteSpace=wrap;html=1;aspect=fixed;" value="RTR" vertex="1">
+         <mxCell id="tRedCPWRB_f1dplKibxM-11" edge="1" parent="1" source="tRedCPWRB_f1dplKibxM-7" style="rounded=0;orthogonalLoop=1;jettySize=auto;html=1;exitX=1;exitY=0.5;exitDx=0;exitDy=0;entryX=0;entryY=0.5;entryDx=0;entryDy=0;strokeWidth=0.5;" target="tRedCPWRB_f1dplKibxM-10">
+           <mxGeometry relative="1" as="geometry" />
+         </mxCell>
+         <mxCell id="tRedCPWRB_f1dplKibxM-13" edge="1" parent="1" source="tRedCPWRB_f1dplKibxM-7" style="rounded=0;orthogonalLoop=1;jettySize=auto;html=1;exitX=1;exitY=0.5;exitDx=0;exitDy=0;strokeWidth=0.5;" target="tRedCPWRB_f1dplKibxM-9">
+           <mxGeometry relative="1" as="geometry" />
+         </mxCell>
+         <mxCell id="tRedCPWRB_f1dplKibxM-7" parent="1" style="ellipse;whiteSpace=wrap;html=1;aspect=fixed;strokeColor=#2D7D52;strokeWidth=2;" value="RTR" vertex="1">
          <mxGeometry height="50" width="50" x="-33" y="260" as="geometry" />
        </mxCell>
-         <mxCell id="tRedCPWRB_f1dplKibxM-12" edge="1" parent="1" source="tRedCPWRB_f1dplKibxM-8" style="rounded=0;orthogonalLoop=1;jettySize=auto;html=1;exitX=1;exitY=0.5;exitDx=0;exitDy=0;entryX=0;entryY=0.5;entryDx=0;entryDy=0;" target="tRedCPWRB_f1dplKibxM-9">
-           <mxGeometry relative="1" as="geometry" />
-         </mxCell>
-         <mxCell id="tRedCPWRB_f1dplKibxM-14" edge="1" parent="1" source="tRedCPWRB_f1dplKibxM-8" style="rounded=0;orthogonalLoop=1;jettySize=auto;html=1;exitX=1;exitY=0.5;exitDx=0;exitDy=0;" target="tRedCPWRB_f1dplKibxM-10">
-           <mxGeometry relative="1" as="geometry" />
-         </mxCell>
-         <mxCell id="tRedCPWRB_f1dplKibxM-8" parent="1" style="ellipse;whiteSpace=wrap;html=1;aspect=fixed;" value="RTR" vertex="1">
+         <mxCell id="tRedCPWRB_f1dplKibxM-12" edge="1" parent="1" source="tRedCPWRB_f1dplKibxM-8" style="rounded=0;orthogonalLoop=1;jettySize=auto;html=1;exitX=1;exitY=0.5;exitDx=0;exitDy=0;entryX=0;entryY=0.5;entryDx=0;entryDy=0;strokeWidth=0.5;" target="tRedCPWRB_f1dplKibxM-9">
+           <mxGeometry relative="1" as="geometry" />
+         </mxCell>
+         <mxCell id="tRedCPWRB_f1dplKibxM-14" edge="1" parent="1" source="tRedCPWRB_f1dplKibxM-8" style="rounded=0;orthogonalLoop=1;jettySize=auto;html=1;exitX=1;exitY=0.5;exitDx=0;exitDy=0;strokeWidth=0.5;" target="tRedCPWRB_f1dplKibxM-10">
+           <mxGeometry relative="1" as="geometry" />
+         </mxCell>
+         <mxCell id="tRedCPWRB_f1dplKibxM-8" parent="1" style="ellipse;whiteSpace=wrap;html=1;aspect=fixed;strokeColor=#2D7D52;strokeWidth=2;" value="RTR" vertex="1">
          <mxGeometry height="50" width="50" x="-33" y="360" as="geometry" />
        </mxCell>
-         <mxCell id="tRedCPWRB_f1dplKibxM-15" edge="1" parent="1" source="tRedCPWRB_f1dplKibxM-9" style="rounded=0;orthogonalLoop=1;jettySize=auto;html=1;exitX=1;exitY=0.5;exitDx=0;exitDy=0;entryX=0;entryY=0.5;entryDx=0;entryDy=0;" target="tRedCPWRB_f1dplKibxM-2">
-           <mxGeometry relative="1" as="geometry" />
-         </mxCell>
-         <mxCell id="tRedCPWRB_f1dplKibxM-17" edge="1" parent="1" source="tRedCPWRB_f1dplKibxM-9" style="rounded=0;orthogonalLoop=1;jettySize=auto;html=1;exitX=1;exitY=0.5;exitDx=0;exitDy=0;entryX=0;entryY=0.5;entryDx=0;entryDy=0;" target="tRedCPWRB_f1dplKibxM-5">
-           <mxGeometry relative="1" as="geometry" />
-         </mxCell>
-         <mxCell id="tRedCPWRB_f1dplKibxM-9" parent="1" style="ellipse;whiteSpace=wrap;html=1;aspect=fixed;" value="VPN" vertex="1">
+         <mxCell id="tRedCPWRB_f1dplKibxM-15" edge="1" parent="1" source="tRedCPWRB_f1dplKibxM-9" style="rounded=0;orthogonalLoop=1;jettySize=auto;html=1;exitX=1;exitY=0.5;exitDx=0;exitDy=0;entryX=0;entryY=0.5;entryDx=0;entryDy=0;strokeWidth=0.5;" target="tRedCPWRB_f1dplKibxM-2">
+           <mxGeometry relative="1" as="geometry" />
+         </mxCell>
+         <mxCell id="tRedCPWRB_f1dplKibxM-17" edge="1" parent="1" source="tRedCPWRB_f1dplKibxM-9" style="rounded=0;orthogonalLoop=1;jettySize=auto;html=1;exitX=1;exitY=0.5;exitDx=0;exitDy=0;entryX=0;entryY=0.5;entryDx=0;entryDy=0;strokeWidth=0.5;" target="tRedCPWRB_f1dplKibxM-5">
+           <mxGeometry relative="1" as="geometry" />
+         </mxCell>
+         <mxCell id="tRedCPWRB_f1dplKibxM-9" parent="1" style="ellipse;whiteSpace=wrap;html=1;aspect=fixed;strokeColor=#2D7D52;strokeWidth=2;" value="VPN" vertex="1">
          <mxGeometry height="50" width="50" x="117" y="260" as="geometry" />
        </mxCell>
-         <mxCell id="tRedCPWRB_f1dplKibxM-16" edge="1" parent="1" source="tRedCPWRB_f1dplKibxM-10" style="rounded=0;orthogonalLoop=1;jettySize=auto;html=1;exitX=1;exitY=0.5;exitDx=0;exitDy=0;entryX=0;entryY=0.5;entryDx=0;entryDy=0;" target="tRedCPWRB_f1dplKibxM-5">
-           <mxGeometry relative="1" as="geometry" />
-         </mxCell>
-         <mxCell id="tRedCPWRB_f1dplKibxM-18" edge="1" parent="1" source="tRedCPWRB_f1dplKibxM-10" style="rounded=0;orthogonalLoop=1;jettySize=auto;html=1;exitX=1;exitY=0.5;exitDx=0;exitDy=0;entryX=0;entryY=0.5;entryDx=0;entryDy=0;" target="tRedCPWRB_f1dplKibxM-2">
-           <mxGeometry relative="1" as="geometry" />
-         </mxCell>
-         <mxCell id="tRedCPWRB_f1dplKibxM-10" parent="1" style="ellipse;whiteSpace=wrap;html=1;aspect=fixed;" value="VPN" vertex="1">
+         <mxCell id="tRedCPWRB_f1dplKibxM-16" edge="1" parent="1" source="tRedCPWRB_f1dplKibxM-10" style="rounded=0;orthogonalLoop=1;jettySize=auto;html=1;exitX=1;exitY=0.5;exitDx=0;exitDy=0;entryX=0;entryY=0.5;entryDx=0;entryDy=0;strokeWidth=0.5;" target="tRedCPWRB_f1dplKibxM-5">
+           <mxGeometry relative="1" as="geometry" />
+         </mxCell>
+         <mxCell id="tRedCPWRB_f1dplKibxM-18" edge="1" parent="1" source="tRedCPWRB_f1dplKibxM-10" style="rounded=0;orthogonalLoop=1;jettySize=auto;html=1;exitX=1;exitY=0.5;exitDx=0;exitDy=0;entryX=0;entryY=0.5;entryDx=0;entryDy=0;strokeWidth=0.5;" target="tRedCPWRB_f1dplKibxM-2">
+           <mxGeometry relative="1" as="geometry" />
+         </mxCell>
+         <mxCell id="tRedCPWRB_f1dplKibxM-10" parent="1" style="ellipse;whiteSpace=wrap;html=1;aspect=fixed;strokeColor=#2D7D52;strokeWidth=2;" value="VPN" vertex="1">
          <mxGeometry height="50" width="50" x="117" y="360" as="geometry" />
        </mxCell>
        <mxCell id="tRedCPWRB_f1dplKibxM-19" edge="1" parent="1" source="tRedCPWRB_f1dplKibxM-1" style="rounded=0;orthogonalLoop=1;jettySize=auto;html=1;exitX=0;exitY=0.5;exitDx=0;exitDy=0;entryX=1;entryY=0.5;entryDx=0;entryDy=0;endArrow=none;endFill=0;dashed=1;" target="tRedCPWRB_f1dplKibxM-1">
          <mxGeometry relative="1" as="geometry" />
        </mxCell>
        <mxCell id="tRedCPWRB_f1dplKibxM-20" parent="1" style="text;html=1;whiteSpace=wrap;strokeColor=none;fillColor=none;align=center;verticalAlign=middle;rounded=0;" value="East" vertex="1">
          <mxGeometry height="30" width="60" x="37" y="410" as="geometry" />
        </mxCell>
        <mxCell id="tRedCPWRB_f1dplKibxM-21" parent="1" style="text;html=1;whiteSpace=wrap;strokeColor=none;fillColor=none;align=center;verticalAlign=middle;rounded=0;" value="Central" vertex="1">
          <mxGeometry height="30" width="60" x="37" y="240" as="geometry" />
        </mxCell>
-         <mxCell id="tRedCPWRB_f1dplKibxM-115" edge="1" parent="1" source="tRedCPWRB_f1dplKibxM-114" style="edgeStyle=orthogonalEdgeStyle;rounded=0;orthogonalLoop=1;jettySize=auto;html=1;exitX=1;exitY=0.5;exitDx=0;exitDy=0;entryX=0;entryY=0.25;entryDx=0;entryDy=0;" target="tRedCPWRB_f1dplKibxM-1">
-           <mxGeometry relative="1" as="geometry" />
-         </mxCell>
-         <mxCell id="tRedCPWRB_f1dplKibxM-116" edge="1" parent="1" source="tRedCPWRB_f1dplKibxM-114" style="edgeStyle=orthogonalEdgeStyle;rounded=0;orthogonalLoop=1;jettySize=auto;html=1;exitX=1;exitY=0.5;exitDx=0;exitDy=0;entryX=0;entryY=0.75;entryDx=0;entryDy=0;" target="tRedCPWRB_f1dplKibxM-1">
+         <mxCell id="tRedCPWRB_f1dplKibxM-115" edge="1" parent="1" source="tRedCPWRB_f1dplKibxM-114" style="edgeStyle=orthogonalEdgeStyle;rounded=0;orthogonalLoop=1;jettySize=auto;html=1;exitX=1;exitY=0.5;exitDx=0;exitDy=0;entryX=0;entryY=0.25;entryDx=0;entryDy=0;strokeWidth=0.5;" target="tRedCPWRB_f1dplKibxM-1">
+           <mxGeometry relative="1" as="geometry" />
+         </mxCell>
+         <mxCell id="tRedCPWRB_f1dplKibxM-116" edge="1" parent="1" source="tRedCPWRB_f1dplKibxM-114" style="edgeStyle=orthogonalEdgeStyle;rounded=0;orthogonalLoop=1;jettySize=auto;html=1;exitX=1;exitY=0.5;exitDx=0;exitDy=0;entryX=0;entryY=0.75;entryDx=0;entryDy=0;strokeWidth=0.5;" target="tRedCPWRB_f1dplKibxM-1">
          <mxGeometry relative="1" as="geometry" />
        </mxCell>
        <mxCell id="tRedCPWRB_f1dplKibxM-126" parent="1" style="text;html=1;whiteSpace=wrap;strokeColor=none;fillColor=none;align=center;verticalAlign=middle;rounded=0;" value="CyrusOne Aurora" vertex="1">
          <mxGeometry height="30" width="104.5" x="-264.25" y="280" as="geometry" />
        </mxCell>
      </root>
    </mxGraphModel>
  </diagram>
</mxfile>
